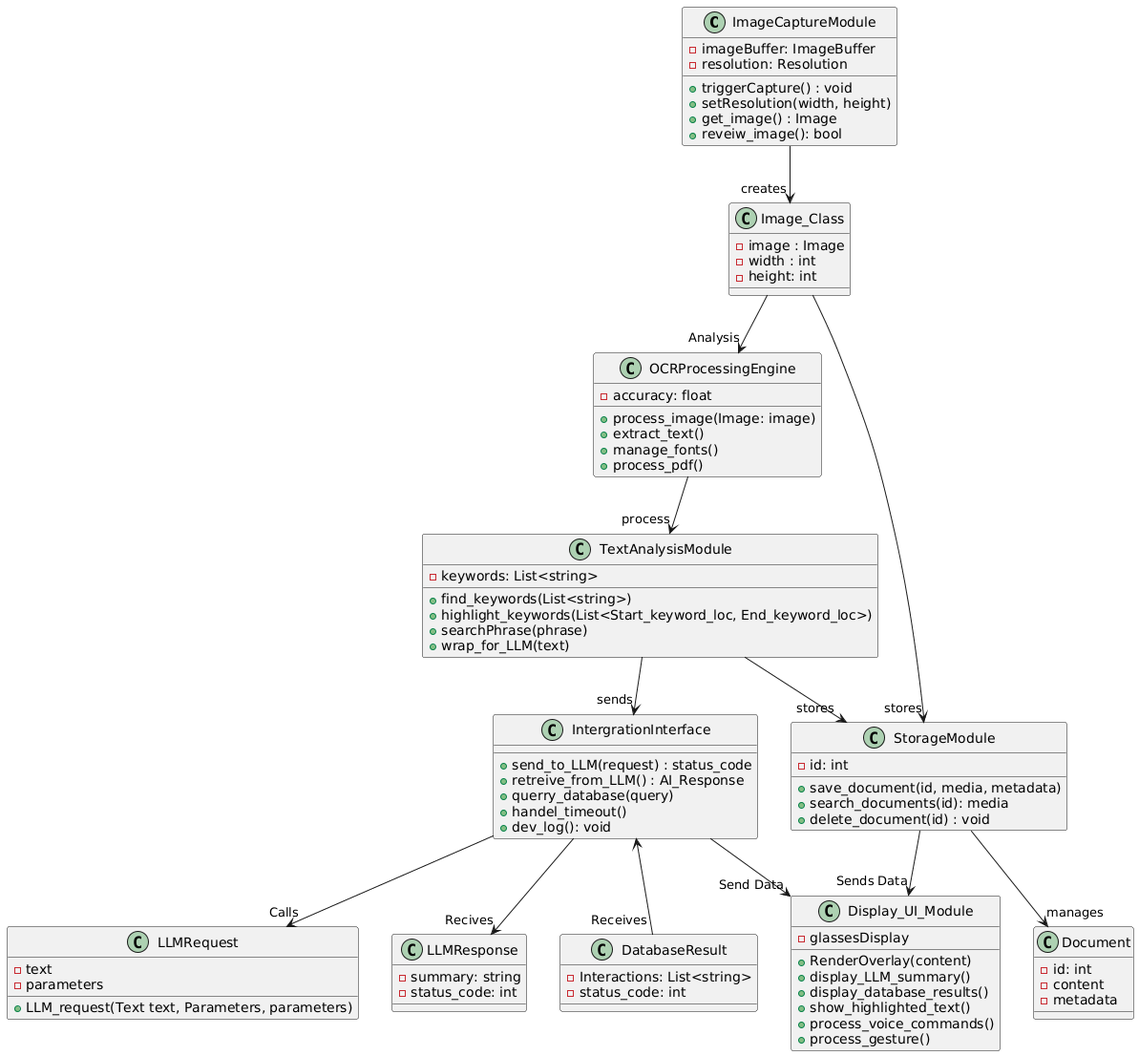
The PlantUML diagram models_part/class_diagram/images/class_diagram.png in KeyboardGrater/CMPSC_487W_Project, before a commit.
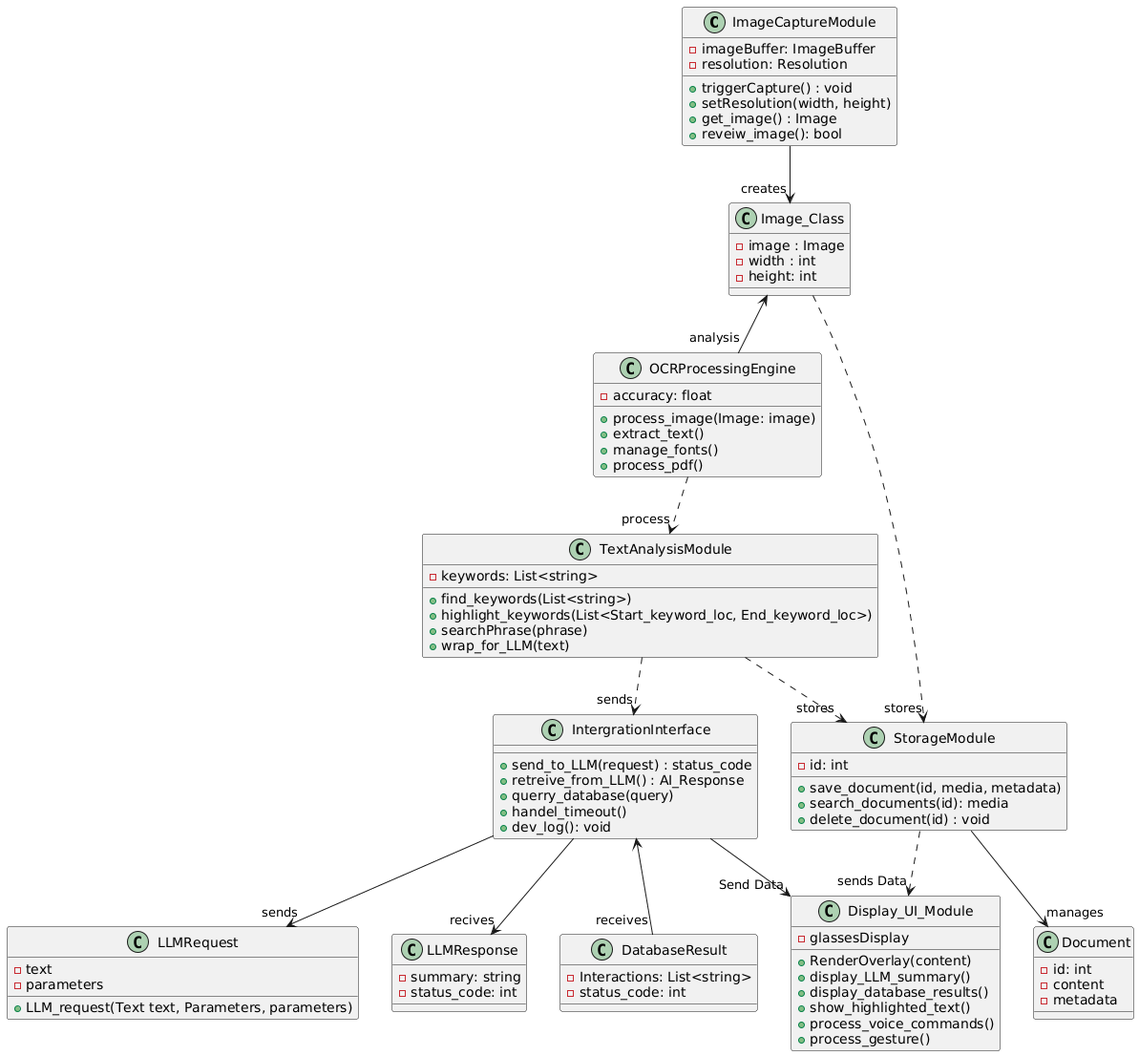
After the change.

Commit message:
Finished class diagram

Diff of the diagram source:
```diff
@@ -32,8 +32,8 @@
 }
 
 ImageCaptureModule --> "creates" Image_Class
-Image_Class -->"Analysis" OCRProcessingEngine
-OCRProcessingEngine-->"process" TextAnalysisModule
+Image_Class <--"analysis" OCRProcessingEngine
+OCRProcessingEngine..>"process" TextAnalysisModule
 
 
 class LLMRequest {
@@ -59,10 +59,10 @@
     -status_code: int
 }
 
-TextAnalysisModule-->"sends" IntergrationInterface
-IntergrationInterface-->"Calls" LLMRequest
-IntergrationInterface-->"Recives" LLMResponse
-IntergrationInterface<--"Receives" DatabaseResult
+TextAnalysisModule..>"sends" IntergrationInterface
+IntergrationInterface-->"sends" LLMRequest
+IntergrationInterface-->"recives" LLMResponse
+IntergrationInterface<--"receives" DatabaseResult
 
 class StorageModule {
     -id: int
@@ -72,8 +72,8 @@
     +delete_document(id) : void
 }
 
-Image_Class-->"stores" StorageModule
-TextAnalysisModule-->"stores" StorageModule
+Image_Class..>"stores" StorageModule
+TextAnalysisModule..>"stores" StorageModule
 
 class Document {
     -id: int
@@ -95,7 +95,5 @@
 }
 
 IntergrationInterface-->"Send Data" Display_UI_Module
-StorageModule-->"Sends Data" Display_UI_Module
-
-
+StorageModule..>"sends Data" Display_UI_Module
 @enduml
```
